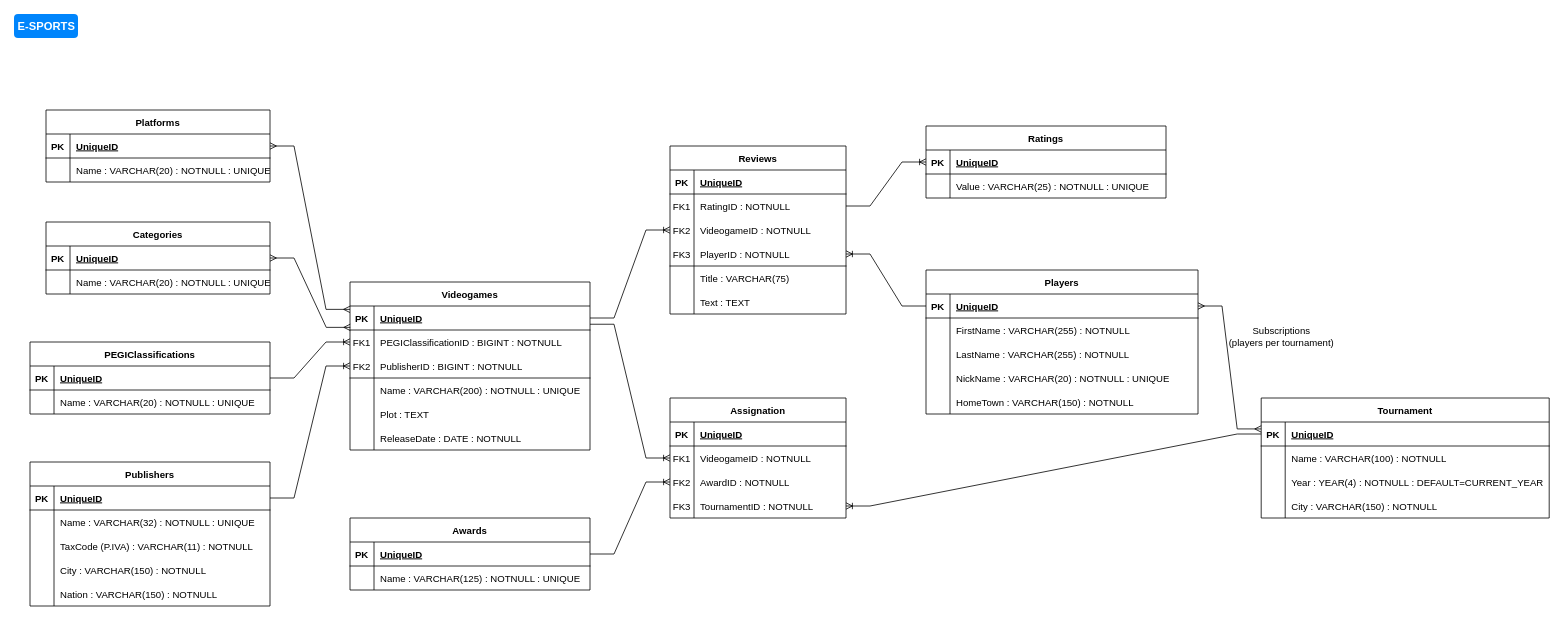
This is db-videogames.drawio from FrancescoLimpias/db-videogames, a draw.io file, before an edit. Source tidied: cells renumbered, new cells numbered last; positions are measured from the earlier drawing's top-left corner, leaving out a move shared by most shapes. Both pictures are drawn from the tidied source at 80%, with x=0, y=0 at pixel (14, 14).
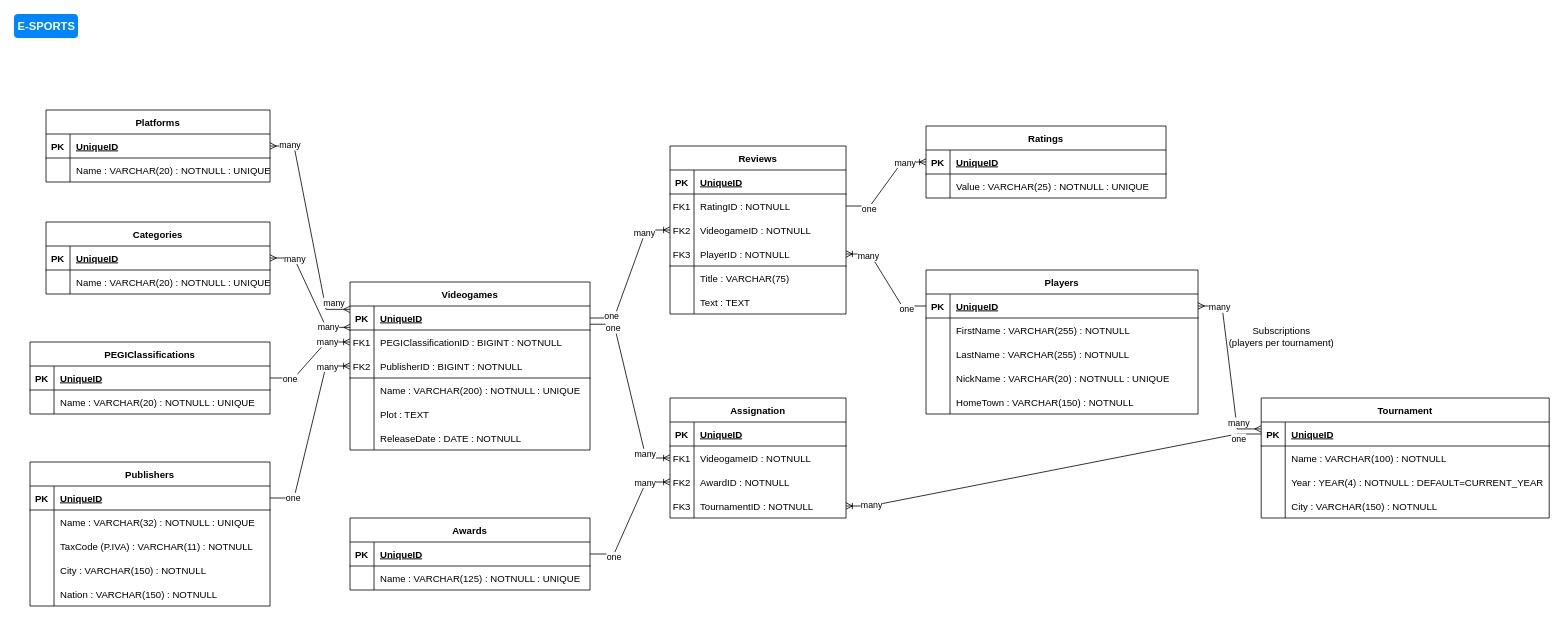
Above is the later version.

Commit message (it also covers changes not shown here):
Added Labels to Relationships

The change refers to these unchanged cells:
```xml
<mxCell id="127" style="edgeStyle=entityRelationEdgeStyle;fontSize=12;html=1;endArrow=ERoneToMany;rounded=0;exitX=1;exitY=0.5;exitDx=0;exitDy=0;entryX=0;entryY=0.5;entryDx=0;entryDy=0;" parent="1" edge="1" source="23" target="10">
  <mxGeometry relative="1" as="geometry" />
</mxCell>
<mxCell id="128" style="edgeStyle=entityRelationEdgeStyle;fontSize=12;html=1;endArrow=ERmany;startArrow=ERmany;rounded=0;exitX=1;exitY=0.5;exitDx=0;exitDy=0;entryX=0;entryY=0.14;entryDx=0;entryDy=0;entryPerimeter=0;" parent="1" edge="1" source="39" target="4">
  <mxGeometry relative="1" as="geometry" />
</mxCell>
<mxCell id="129" style="edgeStyle=entityRelationEdgeStyle;fontSize=12;html=1;endArrow=ERmany;startArrow=ERmany;rounded=0;exitX=1;exitY=0.5;exitDx=0;exitDy=0;entryX=0.001;entryY=0.89;entryDx=0;entryDy=0;entryPerimeter=0;" parent="1" edge="1" source="46" target="4">
  <mxGeometry relative="1" as="geometry" />
</mxCell>
<mxCell id="130" style="edgeStyle=entityRelationEdgeStyle;fontSize=12;html=1;endArrow=ERoneToMany;rounded=0;exitX=1;exitY=0.5;exitDx=0;exitDy=0;" parent="1" edge="1" source="53" target="7">
  <mxGeometry relative="1" as="geometry" />
</mxCell>
<mxCell id="131" style="edgeStyle=entityRelationEdgeStyle;fontSize=12;html=1;endArrow=ERmany;startArrow=ERmany;rounded=0;exitX=0;exitY=0.289;exitDx=0;exitDy=0;exitPerimeter=0;" parent="1" edge="1" source="60" target="73">
  <mxGeometry relative="1" as="geometry" />
</mxCell>
<mxCell id="133" style="edgeStyle=entityRelationEdgeStyle;fontSize=12;html=1;endArrow=ERoneToMany;rounded=0;exitX=0;exitY=0.5;exitDx=0;exitDy=0;" parent="1" edge="1" source="73" target="98">
  <mxGeometry relative="1" as="geometry" />
</mxCell>
<mxCell id="134" style="edgeStyle=entityRelationEdgeStyle;fontSize=12;html=1;endArrow=ERoneToMany;rounded=0;entryX=0;entryY=0.5;entryDx=0;entryDy=0;exitX=1;exitY=0.5;exitDx=0;exitDy=0;" parent="1" edge="1" source="4" target="95">
  <mxGeometry relative="1" as="geometry" />
</mxCell>
<mxCell id="142" style="edgeStyle=entityRelationEdgeStyle;fontSize=12;html=1;endArrow=ERoneToMany;rounded=0;exitX=1;exitY=0.5;exitDx=0;exitDy=0;" parent="1" edge="1" source="92" target="136">
  <mxGeometry relative="1" as="geometry" />
</mxCell>
<mxCell id="143" style="edgeStyle=entityRelationEdgeStyle;fontSize=12;html=1;endArrow=ERoneToMany;rounded=0;exitX=1;exitY=0.76;exitDx=0;exitDy=0;exitPerimeter=0;entryX=0;entryY=0.5;entryDx=0;entryDy=0;" parent="1" edge="1" source="4" target="118">
  <mxGeometry relative="1" as="geometry" />
</mxCell>
<mxCell id="144" style="edgeStyle=entityRelationEdgeStyle;fontSize=12;html=1;endArrow=ERoneToMany;rounded=0;exitX=1;exitY=0.5;exitDx=0;exitDy=0;entryX=0;entryY=0.5;entryDx=0;entryDy=0;" parent="1" edge="1" source="108" target="121">
  <mxGeometry relative="1" as="geometry" />
</mxCell>
<mxCell id="145" style="edgeStyle=entityRelationEdgeStyle;fontSize=12;html=1;endArrow=ERoneToMany;rounded=0;entryX=1;entryY=0.5;entryDx=0;entryDy=0;exitX=0;exitY=0.5;exitDx=0;exitDy=0;" parent="1" edge="1" source="60" target="124">
  <mxGeometry relative="1" as="geometry" />
</mxCell>
```

Change to the diagram source:
```diff
@@
+    <mxCell id="146" value="many" style="edgeLabel;html=1;align=center;verticalAlign=middle;" parent="127" vertex="1">
+      <mxGeometry x="0.75" relative="1" as="geometry" />
+    </mxCell>
+    <mxCell id="147" value="one" style="edgeLabel;html=1;align=center;verticalAlign=middle;" parent="127" vertex="1">
+      <mxGeometry x="-0.76" y="1" relative="1" as="geometry" />
+    </mxCell>
@@
+    <mxCell id="148" value="many" style="edgeLabel;html=1;align=center;verticalAlign=middle;" parent="128" vertex="1">
+      <mxGeometry x="-0.82" y="2" relative="1" as="geometry" />
+    </mxCell>
+    <mxCell id="149" value="many" style="edgeLabel;html=1;align=center;verticalAlign=middle;" parent="128" vertex="1">
+      <mxGeometry x="0.85" relative="1" as="geometry">
+        <mxPoint y="-9" as="offset" />
+      </mxGeometry>
+    </mxCell>
@@
+    <mxCell id="150" value="many" style="edgeLabel;html=1;align=center;verticalAlign=middle;" parent="129" vertex="1">
+      <mxGeometry x="-0.76" relative="1" as="geometry">
+        <mxPoint x="11" as="offset" />
+      </mxGeometry>
+    </mxCell>
+    <mxCell id="151" value="many" style="edgeLabel;html=1;align=center;verticalAlign=middle;" parent="129" vertex="1">
+      <mxGeometry x="0.64" relative="1" as="geometry" />
+    </mxCell>
@@
+    <mxCell id="152" value="many" style="edgeLabel;html=1;align=center;verticalAlign=middle;" parent="130" vertex="1">
+      <mxGeometry x="0.53" y="1" relative="1" as="geometry" />
+    </mxCell>
+    <mxCell id="153" value="one" style="edgeLabel;html=1;align=center;verticalAlign=middle;" parent="130" vertex="1">
+      <mxGeometry x="-0.6" relative="1" as="geometry" />
+    </mxCell>
@@
+    <mxCell id="154" value="many" style="edgeLabel;html=1;align=center;verticalAlign=middle;" parent="131" vertex="1">
+      <mxGeometry x="-0.67" relative="1" as="geometry">
+        <mxPoint x="2" y="-3" as="offset" />
+      </mxGeometry>
+    </mxCell>
+    <mxCell id="155" value="many" style="edgeLabel;html=1;align=center;verticalAlign=middle;" parent="131" vertex="1">
+      <mxGeometry x="0.75" y="1" relative="1" as="geometry" />
+    </mxCell>
@@
+    <mxCell id="156" value="many" style="edgeLabel;html=1;align=center;verticalAlign=middle;" parent="133" vertex="1">
+      <mxGeometry x="0.6" y="2" relative="1" as="geometry" />
+    </mxCell>
+    <mxCell id="157" value="one" style="edgeLabel;html=1;align=center;verticalAlign=middle;" parent="133" vertex="1">
+      <mxGeometry x="-0.63" y="3" relative="1" as="geometry" />
+    </mxCell>
@@
+    <mxCell id="158" value="one" style="edgeLabel;html=1;align=center;verticalAlign=middle;" parent="134" vertex="1">
+      <mxGeometry x="-0.71" y="3" relative="1" as="geometry" />
+    </mxCell>
+    <mxCell id="159" value="many" style="edgeLabel;html=1;align=center;verticalAlign=middle;" parent="134" vertex="1">
+      <mxGeometry x="0.62" y="1" relative="1" as="geometry" />
+    </mxCell>
@@
+    <mxCell id="160" value="one" style="edgeLabel;html=1;align=center;verticalAlign=middle;" parent="142" vertex="1">
+      <mxGeometry x="-0.57" y="-3" relative="1" as="geometry" />
+    </mxCell>
+    <mxCell id="161" value="many" style="edgeLabel;html=1;align=center;verticalAlign=middle;" parent="142" vertex="1">
+      <mxGeometry x="0.59" relative="1" as="geometry" />
+    </mxCell>
@@
+    <mxCell id="162" value="one" style="edgeLabel;html=1;align=center;verticalAlign=middle;" parent="143" vertex="1">
+      <mxGeometry x="-0.71" y="-3" relative="1" as="geometry" />
+    </mxCell>
+    <mxCell id="163" value="many" style="edgeLabel;html=1;align=center;verticalAlign=middle;" parent="143" vertex="1">
+      <mxGeometry x="0.69" relative="1" as="geometry" />
+    </mxCell>
@@
+    <mxCell id="164" value="many" style="edgeLabel;html=1;align=center;verticalAlign=middle;" parent="144" vertex="1">
+      <mxGeometry x="0.6" y="1" relative="1" as="geometry" />
+    </mxCell>
+    <mxCell id="165" value="one" style="edgeLabel;html=1;align=center;verticalAlign=middle;" parent="144" vertex="1">
+      <mxGeometry x="-0.63" y="-3" relative="1" as="geometry" />
+    </mxCell>
@@
+    <mxCell id="166" value="many" style="edgeLabel;html=1;align=center;verticalAlign=middle;" parent="145" vertex="1">
+      <mxGeometry x="0.88" y="-1" relative="1" as="geometry" />
+    </mxCell>
+    <mxCell id="167" value="one" style="edgeLabel;html=1;align=center;verticalAlign=middle;" parent="145" vertex="1">
+      <mxGeometry x="-0.89" y="1" relative="1" as="geometry">
+        <mxPoint y="4" as="offset" />
+      </mxGeometry>
+    </mxCell>
```
